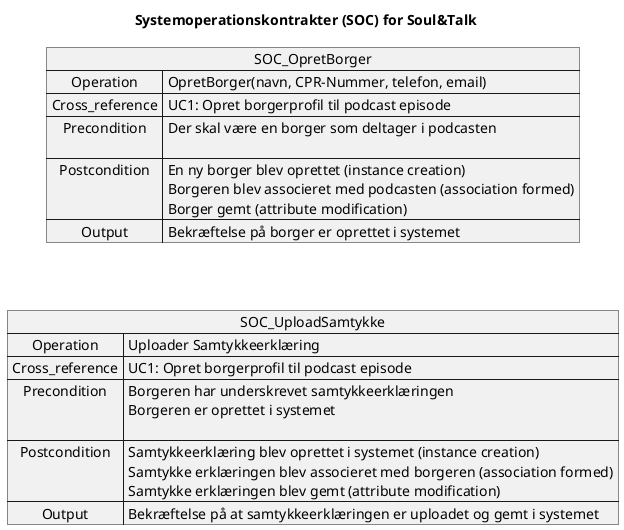
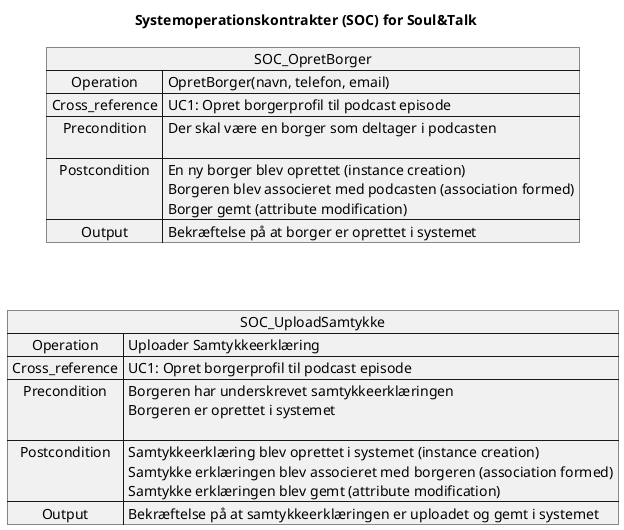
@startuml SOC Soul&Talk
skinparam defaultFontName Arial

title Systemoperationskontrakter (SOC) for Soul&Talk

map SOC_OpretBorger {
-     Operation => OpretBorger(navn, CPR-Nummer, telefon, email)
+     Operation => OpretBorger(navn, telefon, email)
    Cross_reference => UC1: Opret borgerprofil til podcast episode
    Precondition => Der skal være en borger som deltager i podcasten\n
    Postcondition => En ny borger blev oprettet (instance creation)\nBorgeren blev associeret med podcasten (association formed)\nBorger gemt (attribute modification)
-     Output => Bekræftelse på borger er oprettet i systemet
+     Output => Bekræftelse på at borger er oprettet i systemet
}

map SOC_UploadSamtykke {
    Operation => Uploader Samtykkeerklæring
    Cross_reference => UC1: Opret borgerprofil til podcast episode
    Precondition => Borgeren har underskrevet samtykkeerklæringen\nBorgeren er oprettet i systemet\n
    Postcondition => Samtykkeerklæring blev oprettet i systemet (instance creation)\nSamtykke erklæringen blev associeret med borgeren (association formed)\nSamtykke erklæringen blev gemt (attribute modification)
    Output => Bekræftelse på at samtykkeerklæringen er uploadet og gemt i systemet
}

SOC_OpretBorger -[hidden]down-> SOC_UploadSamtykke

@enduml